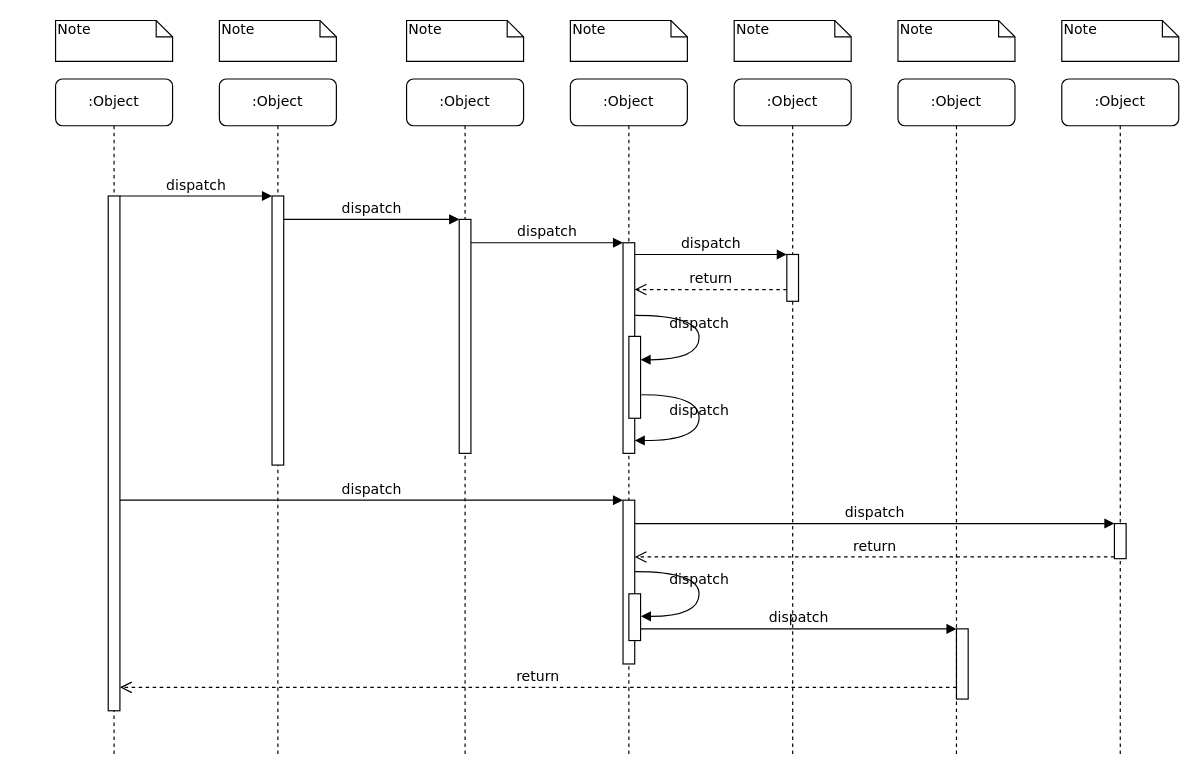
The draw.io diagram Untitled Diagram.drawio in zblan/cpp_study, before the edit. Source tidied: cells renumbered, new cells numbered last; positions are measured from the earlier drawing's top-left corner, leaving out a move shared by most shapes. Both pictures are drawn from the tidied source at 117%, with x=0, y=0 at pixel (55, 20).
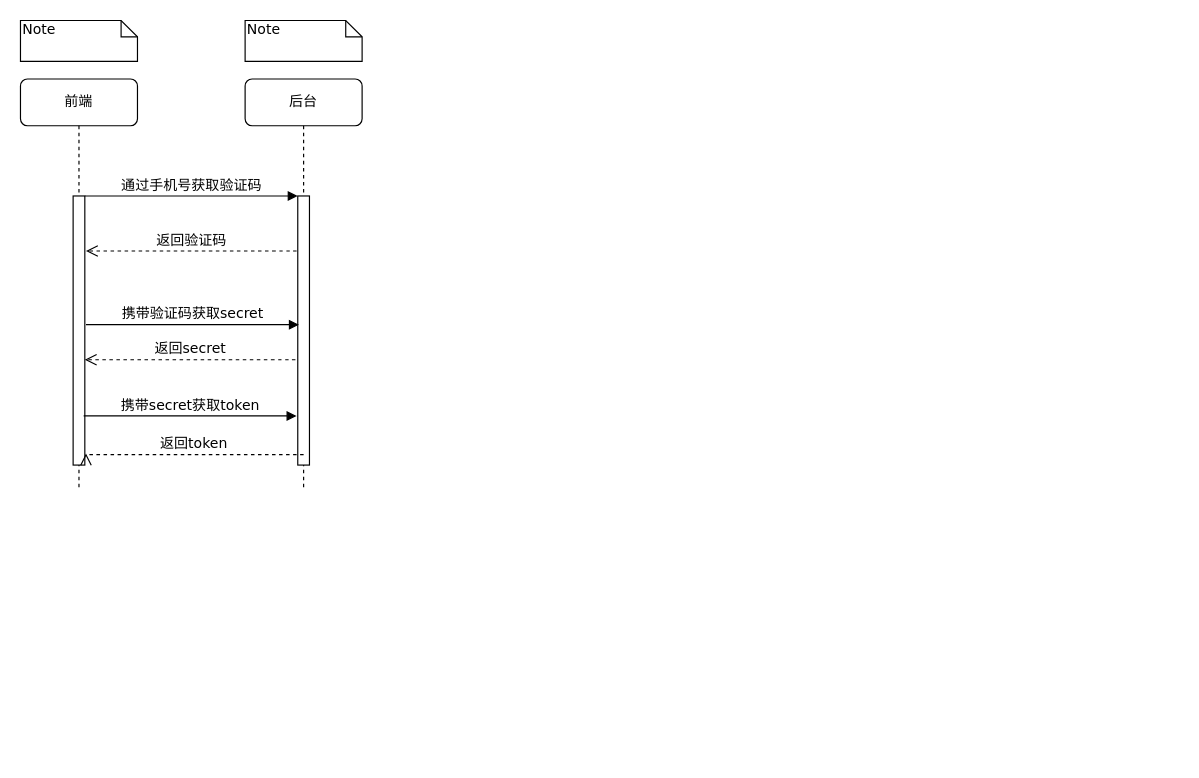
Above is the later version.

The change refers to these unchanged cells:
```xml
<mxCell id="3" style="html=1;points=[];perimeter=orthogonalPerimeter;rounded=0;shadow=0;comic=0;labelBackgroundColor=none;strokeWidth=1;fontFamily=Verdana;fontSize=12;align=center;" parent="2" vertex="1">
  <mxGeometry x="45" y="100" width="10" height="230" as="geometry" />
</mxCell>
```

What changed in the source:
```diff
@@
-    <mxCell id="2" value=":Object" style="shape=umlLifeline;perimeter=lifelinePerimeter;whiteSpace=wrap;html=1;rounded=1;shadow=0;comic=0;labelBackgroundColor=none;strokeWidth=1;fontFamily=Verdana;fontSize=12;align=center;" parent="1" vertex="1">
-      <mxGeometry x="140" y="50" width="100" height="580" as="geometry" />
+    <mxCell id="2" value="后台" style="shape=umlLifeline;perimeter=lifelinePerimeter;whiteSpace=wrap;html=1;rounded=1;shadow=0;comic=0;labelBackgroundColor=none;strokeWidth=1;fontFamily=Verdana;fontSize=12;align=center;" parent="1" vertex="1">
+      <mxGeometry x="162" y="50" width="100" height="350" as="geometry" />
     </mxCell>
@@
-    <mxCell id="4" value=":Object" style="shape=umlLifeline;perimeter=lifelinePerimeter;whiteSpace=wrap;html=1;rounded=1;shadow=0;comic=0;labelBackgroundColor=none;strokeWidth=1;fontFamily=Verdana;fontSize=12;align=center;" parent="1" vertex="1">
-      <mxGeometry x="300" y="50" width="100" height="580" as="geometry" />
-    </mxCell>
-    <mxCell id="5" style="html=1;points=[];perimeter=orthogonalPerimeter;rounded=0;shadow=0;comic=0;labelBackgroundColor=none;strokeWidth=1;fontFamily=Verdana;fontSize=12;align=center;" parent="4" vertex="1">
-      <mxGeometry x="45" y="120" width="10" height="200" as="geometry" />
-    </mxCell>
-    <mxCell id="6" value=":Object" style="shape=umlLifeline;perimeter=lifelinePerimeter;whiteSpace=wrap;html=1;rounded=1;shadow=0;comic=0;labelBackgroundColor=none;strokeWidth=1;fontFamily=Verdana;fontSize=12;align=center;" parent="1" vertex="1">
-      <mxGeometry x="440" y="50" width="100" height="580" as="geometry" />
-    </mxCell>
-    <mxCell id="7" value=":Object" style="shape=umlLifeline;perimeter=lifelinePerimeter;whiteSpace=wrap;html=1;rounded=1;shadow=0;comic=0;labelBackgroundColor=none;strokeWidth=1;fontFamily=Verdana;fontSize=12;align=center;" parent="1" vertex="1">
-      <mxGeometry x="580" y="50" width="100" height="580" as="geometry" />
-    </mxCell>
-    <mxCell id="8" value=":Object" style="shape=umlLifeline;perimeter=lifelinePerimeter;whiteSpace=wrap;html=1;rounded=1;shadow=0;comic=0;labelBackgroundColor=none;strokeWidth=1;fontFamily=Verdana;fontSize=12;align=center;" parent="1" vertex="1">
-      <mxGeometry x="720" y="50" width="100" height="580" as="geometry" />
-    </mxCell>
-    <mxCell id="9" value=":Object" style="shape=umlLifeline;perimeter=lifelinePerimeter;whiteSpace=wrap;html=1;rounded=1;shadow=0;comic=0;labelBackgroundColor=none;strokeWidth=1;fontFamily=Verdana;fontSize=12;align=center;" parent="1" vertex="1">
-      <mxGeometry x="860" y="50" width="100" height="580" as="geometry" />
-    </mxCell>
-    <mxCell id="10" value=":Object" style="shape=umlLifeline;perimeter=lifelinePerimeter;whiteSpace=wrap;html=1;rounded=1;shadow=0;comic=0;labelBackgroundColor=none;strokeWidth=1;fontFamily=Verdana;fontSize=12;align=center;" parent="1" vertex="1">
-      <mxGeometry y="50" width="100" height="580" as="geometry" />
+    <mxCell id="10" value="前端" style="shape=umlLifeline;perimeter=lifelinePerimeter;whiteSpace=wrap;html=1;rounded=1;shadow=0;comic=0;labelBackgroundColor=none;strokeWidth=1;fontFamily=Verdana;fontSize=12;align=center;" parent="1" vertex="1">
+      <mxGeometry x="-30" y="50" width="100" height="350" as="geometry" />
     </mxCell>
     <mxCell id="11" style="html=1;points=[];perimeter=orthogonalPerimeter;rounded=0;shadow=0;comic=0;labelBackgroundColor=none;strokeWidth=1;fontFamily=Verdana;fontSize=12;align=center;" parent="10" vertex="1">
-      <mxGeometry x="45" y="100" width="10" height="440" as="geometry" />
+      <mxGeometry x="45" y="100" width="10" height="230" as="geometry" />
     </mxCell>
-    <mxCell id="12" style="html=1;points=[];perimeter=orthogonalPerimeter;rounded=0;shadow=0;comic=0;labelBackgroundColor=none;strokeWidth=1;fontFamily=Verdana;fontSize=12;align=center;" parent="1" vertex="1">
-      <mxGeometry x="485" y="190" width="10" height="180" as="geometry" />
-    </mxCell>
-    <mxCell id="13" value="dispatch" style="html=1;verticalAlign=bottom;endArrow=block;labelBackgroundColor=none;fontFamily=Verdana;fontSize=12;edgeStyle=elbowEdgeStyle;elbow=vertical;" parent="1" edge="1" source="5" target="12">
-      <mxGeometry relative="1" as="geometry">
-        <Array as="points">
-          <mxPoint x="360" y="190" />
-        </Array>
-      </mxGeometry>
-    </mxCell>
-    <mxCell id="14" style="html=1;points=[];perimeter=orthogonalPerimeter;rounded=0;shadow=0;comic=0;labelBackgroundColor=none;strokeWidth=1;fontFamily=Verdana;fontSize=12;align=center;" parent="1" vertex="1">
-      <mxGeometry x="625" y="200" width="10" height="40" as="geometry" />
-    </mxCell>
-    <mxCell id="15" value="dispatch" style="html=1;verticalAlign=bottom;endArrow=block;entryX=0;entryY=0;labelBackgroundColor=none;fontFamily=Verdana;fontSize=12;edgeStyle=elbowEdgeStyle;elbow=vertical;" parent="1" edge="1" source="12" target="14">
-      <mxGeometry relative="1" as="geometry" />
-    </mxCell>
-    <mxCell id="16" value="return" style="html=1;verticalAlign=bottom;endArrow=open;dashed=1;endSize=8;labelBackgroundColor=none;fontFamily=Verdana;fontSize=12;edgeStyle=elbowEdgeStyle;elbow=vertical;" parent="1" edge="1" source="14" target="12">
+    <mxCell id="16" value="返回验证码" style="html=1;verticalAlign=bottom;endArrow=open;dashed=1;endSize=8;labelBackgroundColor=none;fontFamily=Verdana;fontSize=12;edgeStyle=elbowEdgeStyle;elbow=vertical;" parent="1" edge="1">
       <mxGeometry relative="1" as="geometry">
+        <mxPoint x="206" y="197" as="sourcePoint" />
+        <mxPoint x="26" y="197" as="targetPoint" />
         <Array as="points">
-          <mxPoint x="570" y="230" />
-          <mxPoint x="600" y="230" />
+          <mxPoint x="196" y="197" />
+          <mxPoint x="610" y="207" />
+          <mxPoint x="640" y="207" />
         </Array>
       </mxGeometry>
     </mxCell>
-    <mxCell id="17" style="html=1;points=[];perimeter=orthogonalPerimeter;rounded=0;shadow=0;comic=0;labelBackgroundColor=none;strokeWidth=1;fontFamily=Verdana;fontSize=12;align=center;" parent="1" vertex="1">
-      <mxGeometry x="485" y="410" width="10" height="140" as="geometry" />
-    </mxCell>
-    <mxCell id="18" value="dispatch" style="html=1;verticalAlign=bottom;endArrow=block;entryX=0;entryY=0;labelBackgroundColor=none;fontFamily=Verdana;fontSize=12;" parent="1" edge="1" source="11" target="17">
-      <mxGeometry relative="1" as="geometry" />
-    </mxCell>
-    <mxCell id="19" style="html=1;points=[];perimeter=orthogonalPerimeter;rounded=0;shadow=0;comic=0;labelBackgroundColor=none;strokeColor=#000000;strokeWidth=1;fillColor=#FFFFFF;fontFamily=Verdana;fontSize=12;fontColor=#000000;align=center;" parent="1" vertex="1">
-      <mxGeometry x="905" y="430" width="10" height="30" as="geometry" />
-    </mxCell>
-    <mxCell id="20" value="dispatch" style="html=1;verticalAlign=bottom;endArrow=block;entryX=0;entryY=0;labelBackgroundColor=none;fontFamily=Verdana;fontSize=12;" parent="1" edge="1" source="17" target="19">
-      <mxGeometry relative="1" as="geometry" />
-    </mxCell>
-    <mxCell id="21" value="return" style="html=1;verticalAlign=bottom;endArrow=open;dashed=1;endSize=8;exitX=0;exitY=0.95;labelBackgroundColor=none;fontFamily=Verdana;fontSize=12;" parent="1" edge="1" source="19" target="17">
-      <mxGeometry relative="1" as="geometry" />
-    </mxCell>
-    <mxCell id="22" style="html=1;points=[];perimeter=orthogonalPerimeter;rounded=0;shadow=0;comic=0;labelBackgroundColor=none;strokeWidth=1;fontFamily=Verdana;fontSize=12;align=center;" parent="1" vertex="1">
-      <mxGeometry x="770" y="520" width="10" height="60" as="geometry" />
-    </mxCell>
-    <mxCell id="23" value="dispatch" style="html=1;verticalAlign=bottom;endArrow=block;entryX=0;entryY=0;labelBackgroundColor=none;fontFamily=Verdana;fontSize=12;edgeStyle=elbowEdgeStyle;elbow=vertical;" parent="1" edge="1" source="30" target="22">
-      <mxGeometry relative="1" as="geometry" />
-    </mxCell>
-    <mxCell id="24" value="return" style="html=1;verticalAlign=bottom;endArrow=open;dashed=1;endSize=8;labelBackgroundColor=none;fontFamily=Verdana;fontSize=12;edgeStyle=elbowEdgeStyle;elbow=vertical;" parent="1" edge="1" source="22" target="11">
-      <mxGeometry relative="1" as="geometry">
-        <Array as="points">
-          <mxPoint x="470" y="570" />
-        </Array>
-      </mxGeometry>
-    </mxCell>
-    <mxCell id="25" value="dispatch" style="html=1;verticalAlign=bottom;endArrow=block;entryX=0;entryY=0;labelBackgroundColor=none;fontFamily=Verdana;fontSize=12;edgeStyle=elbowEdgeStyle;elbow=vertical;" parent="1" edge="1" source="11" target="3">
+    <mxCell id="25" value="通过手机号获取验证码" style="html=1;verticalAlign=bottom;endArrow=block;entryX=0;entryY=0;labelBackgroundColor=none;fontFamily=Verdana;fontSize=12;edgeStyle=elbowEdgeStyle;elbow=vertical;" parent="1" edge="1" source="11" target="3">
       <mxGeometry relative="1" as="geometry" />
     </mxCell>
-    <mxCell id="26" value="dispatch" style="html=1;verticalAlign=bottom;endArrow=block;entryX=0;entryY=0;labelBackgroundColor=none;fontFamily=Verdana;fontSize=12;edgeStyle=elbowEdgeStyle;elbow=vertical;" parent="1" edge="1" source="3" target="5">
-      <mxGeometry relative="1" as="geometry" />
-    </mxCell>
-    <mxCell id="27" style="html=1;points=[];perimeter=orthogonalPerimeter;rounded=0;shadow=0;comic=0;labelBackgroundColor=none;strokeWidth=1;fontFamily=Verdana;fontSize=12;align=center;" parent="1" vertex="1">
-      <mxGeometry x="490" y="270" width="10" height="70" as="geometry" />
-    </mxCell>
-    <mxCell id="28" value="dispatch" style="html=1;verticalAlign=bottom;endArrow=block;labelBackgroundColor=none;fontFamily=Verdana;fontSize=12;elbow=vertical;edgeStyle=orthogonalEdgeStyle;curved=1;entryX=1;entryY=0.286;entryPerimeter=0;exitX=1.038;exitY=0.345;exitPerimeter=0;" parent="1" edge="1" source="12" target="27">
-      <mxGeometry relative="1" as="geometry">
-        <Array as="points">
-          <mxPoint x="550" y="252" />
-          <mxPoint x="550" y="290" />
-        </Array>
-      </mxGeometry>
-    </mxCell>
-    <mxCell id="29" value="dispatch" style="html=1;verticalAlign=bottom;endArrow=block;labelBackgroundColor=none;fontFamily=Verdana;fontSize=12;elbow=vertical;edgeStyle=orthogonalEdgeStyle;curved=1;exitX=1.066;exitY=0.713;exitPerimeter=0;" parent="1" edge="1" source="27">
-      <mxGeometry relative="1" as="geometry">
-        <mxPoint x="495" y="359" as="targetPoint" />
-        <Array as="points">
-          <mxPoint x="550" y="320" />
-          <mxPoint x="550" y="359" />
-        </Array>
-      </mxGeometry>
-    </mxCell>
-    <mxCell id="30" style="html=1;points=[];perimeter=orthogonalPerimeter;rounded=0;shadow=0;comic=0;labelBackgroundColor=none;strokeWidth=1;fontFamily=Verdana;fontSize=12;align=center;" parent="1" vertex="1">
-      <mxGeometry x="490" y="490" width="10" height="40" as="geometry" />
-    </mxCell>
-    <mxCell id="31" value="dispatch" style="html=1;verticalAlign=bottom;endArrow=block;labelBackgroundColor=none;fontFamily=Verdana;fontSize=12;elbow=vertical;edgeStyle=orthogonalEdgeStyle;curved=1;entryX=1;entryY=0.286;entryPerimeter=0;exitX=1.038;exitY=0.345;exitPerimeter=0;" parent="1" edge="1">
-      <mxGeometry relative="1" as="geometry">
-        <mxPoint x="495.3" y="471" as="sourcePoint" />
-        <mxPoint x="500.3" y="509.3" as="targetPoint" />
-        <Array as="points">
-          <mxPoint x="550" y="471" />
-          <mxPoint x="550" y="509" />
-        </Array>
-      </mxGeometry>
-    </mxCell>
     <mxCell id="32" value="Note" style="shape=note;whiteSpace=wrap;html=1;size=14;verticalAlign=top;align=left;spacingTop=-6;rounded=0;shadow=0;comic=0;labelBackgroundColor=none;strokeWidth=1;fontFamily=Verdana;fontSize=12;" parent="1" vertex="1">
-      <mxGeometry width="100" height="35" as="geometry" />
+      <mxGeometry x="-30" width="100" height="35" as="geometry" />
     </mxCell>
     <mxCell id="33" value="Note" style="shape=note;whiteSpace=wrap;html=1;size=14;verticalAlign=top;align=left;spacingTop=-6;rounded=0;shadow=0;comic=0;labelBackgroundColor=none;strokeWidth=1;fontFamily=Verdana;fontSize=12;" parent="1" vertex="1">
-      <mxGeometry x="140" width="100" height="35" as="geometry" />
+      <mxGeometry x="162" width="100" height="35" as="geometry" />
     </mxCell>
-    <mxCell id="34" value="Note" style="shape=note;whiteSpace=wrap;html=1;size=14;verticalAlign=top;align=left;spacingTop=-6;rounded=0;shadow=0;comic=0;labelBackgroundColor=none;strokeWidth=1;fontFamily=Verdana;fontSize=12;" parent="1" vertex="1">
-      <mxGeometry x="300" width="100" height="35" as="geometry" />
-    </mxCell>
-    <mxCell id="35" value="Note" style="shape=note;whiteSpace=wrap;html=1;size=14;verticalAlign=top;align=left;spacingTop=-6;rounded=0;shadow=0;comic=0;labelBackgroundColor=none;strokeWidth=1;fontFamily=Verdana;fontSize=12;" parent="1" vertex="1">
-      <mxGeometry x="440" width="100" height="35" as="geometry" />
-    </mxCell>
-    <mxCell id="36" value="Note" style="shape=note;whiteSpace=wrap;html=1;size=14;verticalAlign=top;align=left;spacingTop=-6;rounded=0;shadow=0;comic=0;labelBackgroundColor=none;strokeWidth=1;fontFamily=Verdana;fontSize=12;" parent="1" vertex="1">
-      <mxGeometry x="580" width="100" height="35" as="geometry" />
-    </mxCell>
-    <mxCell id="37" value="Note" style="shape=note;whiteSpace=wrap;html=1;size=14;verticalAlign=top;align=left;spacingTop=-6;rounded=0;shadow=0;comic=0;labelBackgroundColor=none;strokeWidth=1;fontFamily=Verdana;fontSize=12;" parent="1" vertex="1">
-      <mxGeometry x="720" width="100" height="35" as="geometry" />
-    </mxCell>
-    <mxCell id="38" value="Note" style="shape=note;whiteSpace=wrap;html=1;size=14;verticalAlign=top;align=left;spacingTop=-6;rounded=0;shadow=0;comic=0;labelBackgroundColor=none;strokeWidth=1;fontFamily=Verdana;fontSize=12;" parent="1" vertex="1">
-      <mxGeometry x="860" width="100" height="35" as="geometry" />
-    </mxCell>
+    <mxCell id="39" value="携带验证码获取secret" style="html=1;verticalAlign=bottom;endArrow=block;entryX=0;entryY=0;labelBackgroundColor=none;fontFamily=Verdana;fontSize=12;edgeStyle=elbowEdgeStyle;elbow=horizontal;" parent="1" edge="1">
+      <mxGeometry relative="1" as="geometry">
+        <mxPoint x="26" y="260" as="sourcePoint" />
+        <mxPoint x="208" y="260" as="targetPoint" />
+      </mxGeometry>
+    </mxCell>
+    <mxCell id="40" value="返回secret" style="html=1;verticalAlign=bottom;endArrow=open;dashed=1;endSize=8;labelBackgroundColor=none;fontFamily=Verdana;fontSize=12;edgeStyle=elbowEdgeStyle;elbow=vertical;" parent="1" edge="1">
+      <mxGeometry relative="1" as="geometry">
+        <mxPoint x="205" y="290" as="sourcePoint" />
+        <mxPoint x="25" y="290" as="targetPoint" />
+        <Array as="points">
+          <mxPoint x="195" y="290" />
+          <mxPoint x="609" y="300" />
+          <mxPoint x="639" y="300" />
+        </Array>
+      </mxGeometry>
+    </mxCell>
+    <mxCell id="41" value="携带secret获取token" style="html=1;verticalAlign=bottom;endArrow=block;entryX=0;entryY=0;labelBackgroundColor=none;fontFamily=Verdana;fontSize=12;edgeStyle=elbowEdgeStyle;elbow=horizontal;" parent="1" edge="1">
+      <mxGeometry relative="1" as="geometry">
+        <mxPoint x="24" y="338" as="sourcePoint" />
+        <mxPoint x="206" y="338" as="targetPoint" />
+      </mxGeometry>
+    </mxCell>
+    <mxCell id="42" value="返回token" style="html=1;verticalAlign=bottom;endArrow=open;dashed=1;endSize=8;labelBackgroundColor=none;fontFamily=Verdana;fontSize=12;edgeStyle=elbowEdgeStyle;elbow=vertical;" parent="1" edge="1">
+      <mxGeometry relative="1" as="geometry">
+        <mxPoint x="212" y="371" as="sourcePoint" />
+        <mxPoint x="26" y="370" as="targetPoint" />
+        <Array as="points">
+          <mxPoint x="202" y="371" />
+          <mxPoint x="616" y="381" />
+          <mxPoint x="646" y="381" />
+        </Array>
+      </mxGeometry>
+    </mxCell>
```
